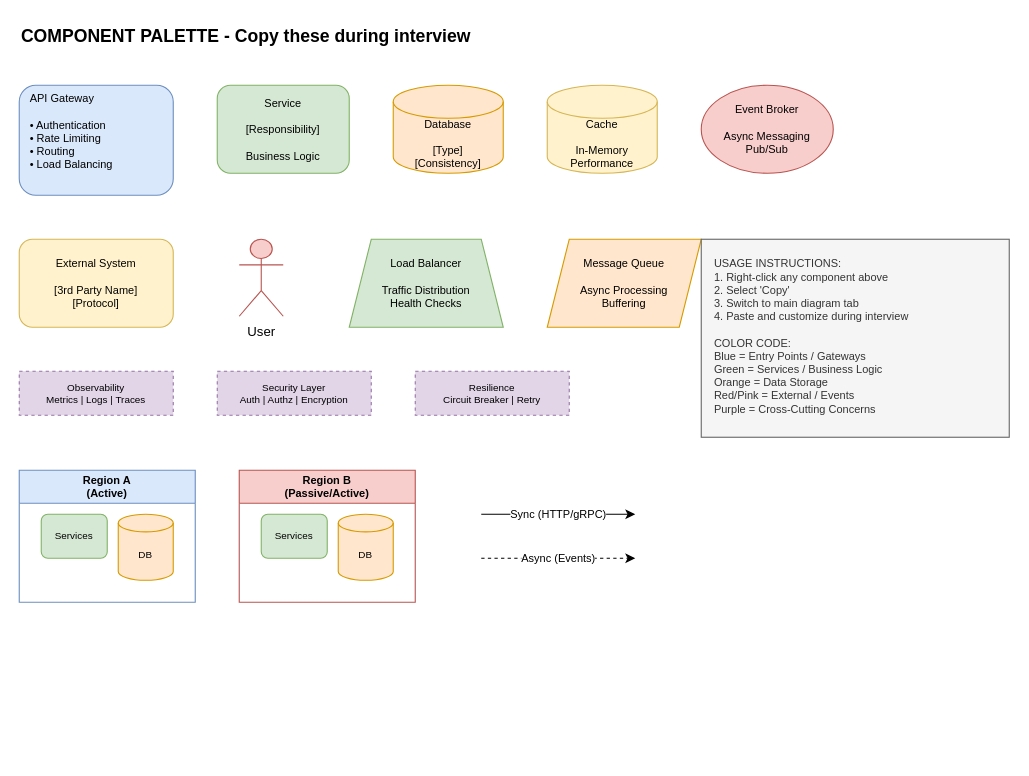
This is page "Component Palette" (2 of 2) of diagrams/system-design-interview/container-diagram.drawio from reinhardtb/recruitment, a draw.io file, before an edit. Source tidied: cells renumbered, new cells numbered last; positions are measured from the earlier drawing's top-left corner, leaving out a move shared by most shapes. Both pictures are drawn from the tidied source at 110%, with x=0, y=0 at pixel (19, 19).
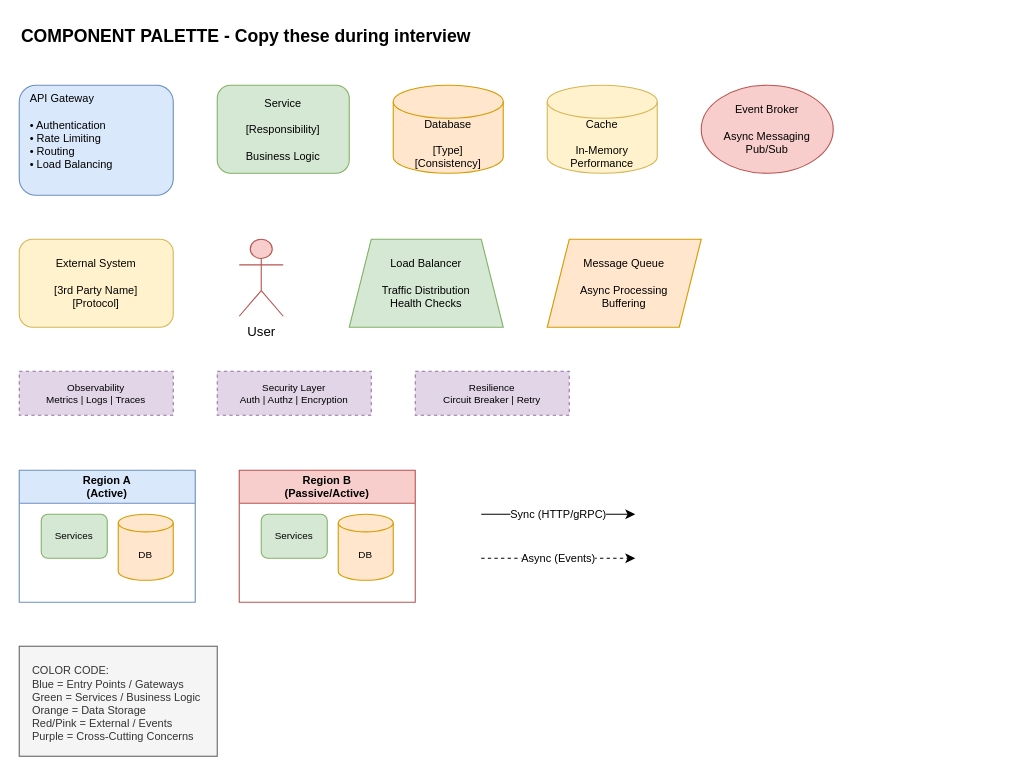
The same diagram, later.

Change to the diagram source:
```diff
@@
-    <mxCell id="23" value="USAGE INSTRUCTIONS:&#10;1. Right-click any component above&#10;2. Select 'Copy'&#10;3. Switch to main diagram tab&#10;4. Paste and customize during interview&#10;&#10;COLOR CODE:&#10;Blue = Entry Points / Gateways&#10;Green = Services / Business Logic&#10;Orange = Data Storage&#10;Red/Pink = External / Events&#10;Purple = Cross-Cutting Concerns" style="text;html=1;strokeColor=#666666;fillColor=#f5f5f5;align=left;verticalAlign=top;whiteSpace=wrap;rounded=0;fontSize=10;fontColor=#333333;spacingLeft=10;spacingTop=10;" parent="1" vertex="1">
-      <mxGeometry x="620" y="200" width="280" height="180" as="geometry" />
+    <mxCell id="23" value="COLOR CODE:&lt;br&gt;Blue = Entry Points / Gateways&lt;br&gt;Green = Services / Business Logic&lt;br&gt;Orange = Data Storage&lt;br&gt;Red/Pink = External / Events&lt;br&gt;Purple = Cross-Cutting Concerns" style="text;html=1;strokeColor=#666666;fillColor=#f5f5f5;align=left;verticalAlign=top;whiteSpace=wrap;rounded=0;fontSize=10;fontColor=#333333;spacingLeft=10;spacingTop=10;" parent="1" vertex="1">
+      <mxGeometry y="570" width="180" height="100" as="geometry" />
     </mxCell>
```
